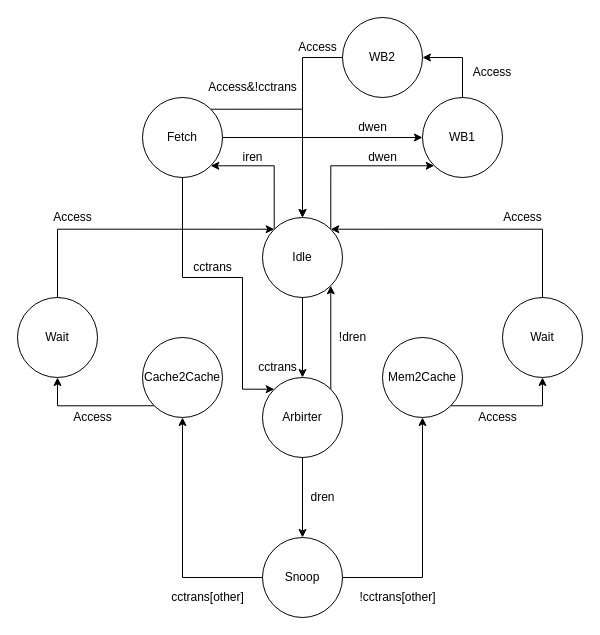
Earlier version of the draw.io diagram page "Page-3" (3 of 4) of multi.drawio (dsrasheed/ece437). Source tidied: cells renumbered, new cells numbered last; positions are measured from the earlier drawing's top-left corner, leaving out a move shared by most shapes. Both pictures are drawn from the tidied source at 100%, with x=0, y=0 at pixel (17, 17).
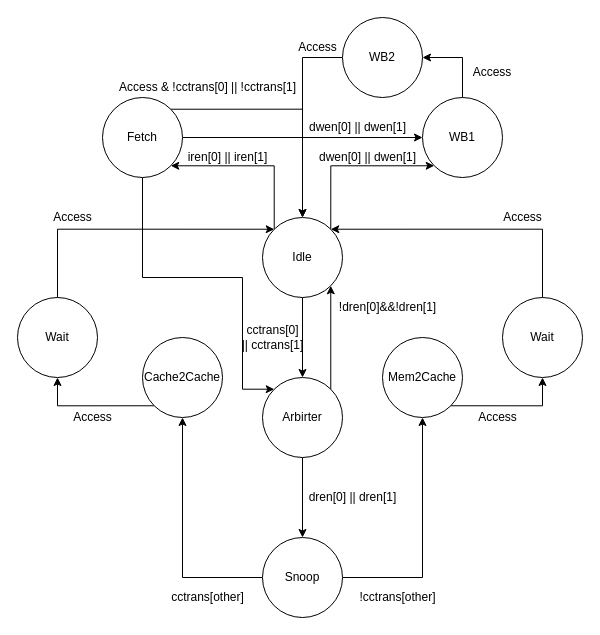
Above is the later version.

Unchanged cells that the change refers to:
```xml
<mxCell id="10" value="Arbirter" style="ellipse;whiteSpace=wrap;html=1;" parent="1" vertex="1">
  <mxGeometry x="245" y="360" width="80" height="80" as="geometry" />
</mxCell>
```

The edit, as a diff of the source:
```diff
@@
     <mxCell id="22" style="edgeStyle=orthogonalEdgeStyle;rounded=0;jettySize=auto;html=1;exitX=0.5;exitY=1;exitDx=0;exitDy=0;entryX=0;entryY=0;entryDx=0;entryDy=0;" parent="1" edge="1" source="24" target="10">
       <mxGeometry relative="1" as="geometry">
         <Array as="points">
-          <mxPoint x="165" y="260" />
+          <mxPoint x="125" y="260" />
           <mxPoint x="225" y="260" />
           <mxPoint x="225" y="372" />
         </Array>
       </mxGeometry>
     </mxCell>
@@
     <mxCell id="24" value="Fetch" style="ellipse;whiteSpace=wrap;html=1;" parent="1" vertex="1">
-      <mxGeometry x="125" y="80" width="80" height="80" as="geometry" />
+      <mxGeometry x="85" y="80" width="80" height="80" as="geometry" />
     </mxCell>
-    <mxCell id="25" value="Access&amp;amp;!cctrans" style="text;html=1;align=center;verticalAlign=middle;strokeColor=none;fillColor=none;" parent="1" vertex="1">
-      <mxGeometry x="185" y="60" width="100" height="20" as="geometry" />
+    <mxCell id="25" value="Access &amp;amp; !cctrans[0] || !cctrans[1]" style="text;html=1;align=center;verticalAlign=middle;strokeColor=none;fillColor=none;" parent="1" vertex="1">
+      <mxGeometry x="95" y="60" width="190" height="20" as="geometry" />
     </mxCell>
-    <mxCell id="26" value="dwen" style="text;html=1;align=center;verticalAlign=middle;strokeColor=none;fillColor=none;" parent="1" vertex="1">
-      <mxGeometry x="335" y="100" width="40" height="20" as="geometry" />
+    <mxCell id="26" value="dwen[0] || dwen[1]" style="text;html=1;align=center;verticalAlign=middle;strokeColor=none;fillColor=none;" parent="1" vertex="1">
+      <mxGeometry x="285" y="100" width="110" height="20" as="geometry" />
     </mxCell>
-    <mxCell id="27" value="dwen" style="text;html=1;align=center;verticalAlign=middle;strokeColor=none;fillColor=none;" parent="1" vertex="1">
-      <mxGeometry x="345" y="130" width="40" height="20" as="geometry" />
-    </mxCell>
-    <mxCell id="28" value="iren" style="text;html=1;align=center;verticalAlign=middle;strokeColor=none;fillColor=none;" parent="1" vertex="1">
-      <mxGeometry x="215" y="130" width="40" height="20" as="geometry" />
+    <mxCell id="28" value="iren[0] || iren[1]" style="text;html=1;align=center;verticalAlign=middle;strokeColor=none;fillColor=none;" parent="1" vertex="1">
+      <mxGeometry x="165" y="130" width="90" height="20" as="geometry" />
     </mxCell>
-    <mxCell id="29" value="cctrans" style="text;html=1;align=center;verticalAlign=middle;strokeColor=none;fillColor=none;" parent="1" vertex="1">
-      <mxGeometry x="235" y="340" width="50" height="20" as="geometry" />
-    </mxCell>
@@
-    <mxCell id="35" value="cctrans" style="text;html=1;align=center;verticalAlign=middle;strokeColor=none;fillColor=none;" parent="1" vertex="1">
-      <mxGeometry x="170" y="240" width="50" height="20" as="geometry" />
+    <mxCell id="35" value="cctrans[0]&lt;br&gt;|| cctrans[1]" style="text;html=1;align=center;verticalAlign=middle;strokeColor=none;fillColor=none;" parent="1" vertex="1">
+      <mxGeometry x="215" y="305" width="80" height="30" as="geometry" />
     </mxCell>
-    <mxCell id="36" value="!dren" style="text;html=1;align=center;verticalAlign=middle;strokeColor=none;fillColor=none;" parent="1" vertex="1">
-      <mxGeometry x="315" y="310" width="40" height="20" as="geometry" />
+    <mxCell id="36" value="!dren[0]&amp;amp;&amp;amp;!dren[1]" style="text;html=1;align=center;verticalAlign=middle;strokeColor=none;fillColor=none;" parent="1" vertex="1">
+      <mxGeometry x="315" y="280" width="110" height="20" as="geometry" />
     </mxCell>
@@
-    <mxCell id="40" value="dren" style="text;html=1;align=center;verticalAlign=middle;strokeColor=none;fillColor=none;" parent="1" vertex="1">
-      <mxGeometry x="285" y="470" width="40" height="20" as="geometry" />
+    <mxCell id="40" value="dren[0] || dren[1]" style="text;html=1;align=center;verticalAlign=middle;strokeColor=none;fillColor=none;rotation=0;" parent="1" vertex="1">
+      <mxGeometry x="285" y="470" width="100" height="20" as="geometry" />
     </mxCell>
@@
+    <mxCell id="44" value="dwen[0] || dwen[1]" style="text;html=1;align=center;verticalAlign=middle;strokeColor=none;fillColor=none;" parent="1" vertex="1">
+      <mxGeometry x="295" y="130" width="110" height="20" as="geometry" />
+    </mxCell>
```
